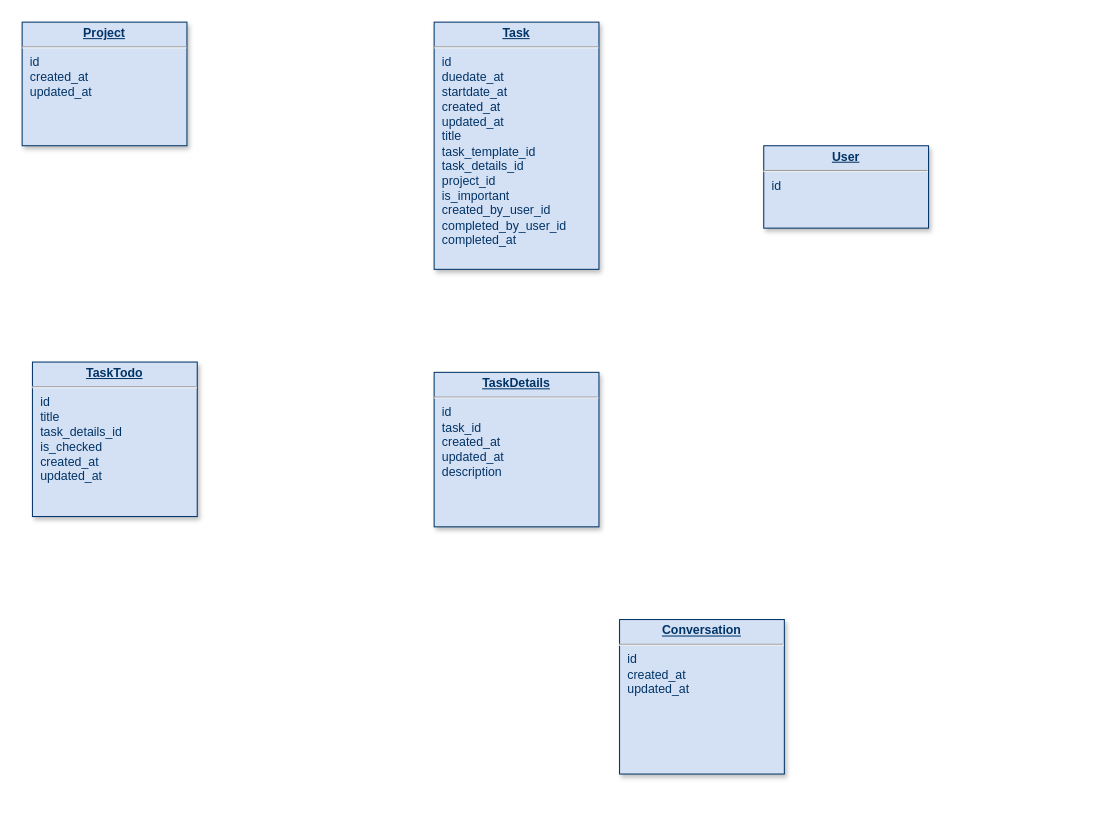
The draw.io diagram tasks.drawio in sanderha/diagrams-repo, before the edit. Source tidied: cells renumbered, new cells numbered last; positions are measured from the earlier drawing's top-left corner, leaving out a move shared by most shapes. Both pictures are drawn from the tidied source at 103%, with x=0, y=0 at pixel (22, 22).
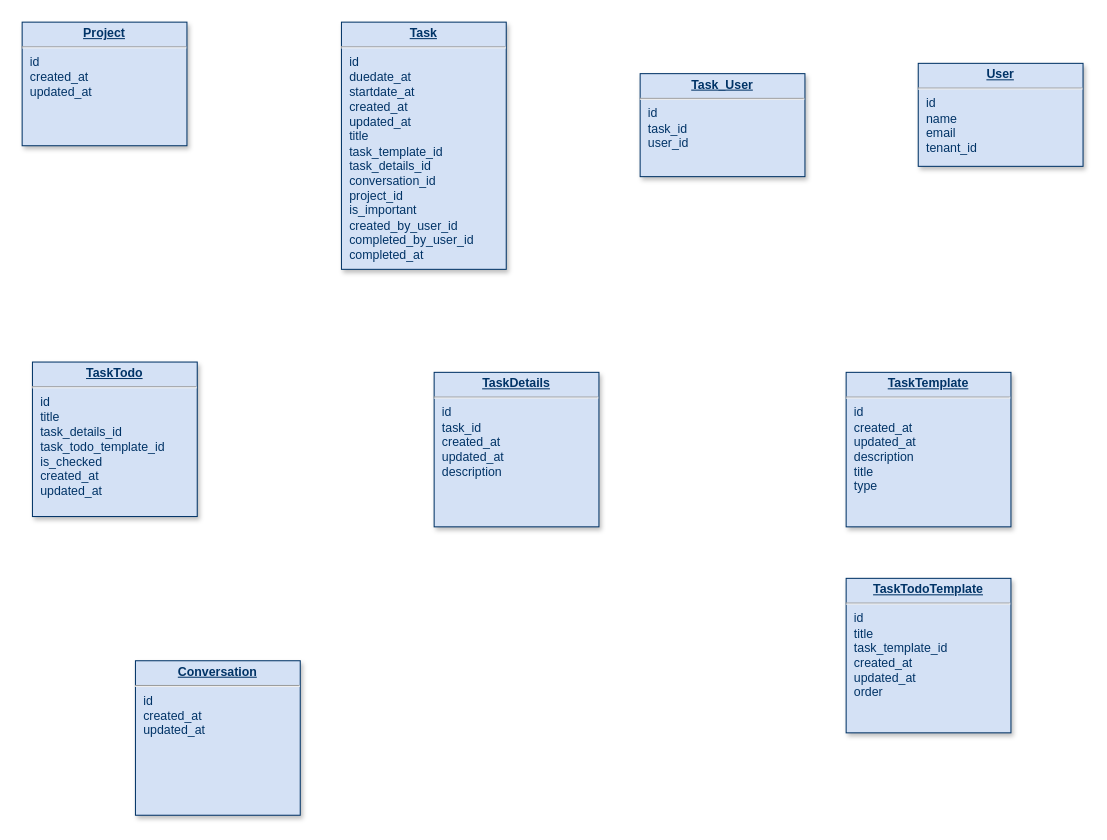
The same diagram, later.

The edit, as a diff of the source:
```diff
@@
 <mxGraphModel>
   <root>
     <mxCell id="0" />
     <mxCell id="1" parent="0" />
-    <mxCell id="2" value="&lt;p style=&quot;margin: 0px ; margin-top: 4px ; text-align: center ; text-decoration: underline&quot;&gt;&lt;strong&gt;User&lt;/strong&gt;&lt;/p&gt;&lt;hr&gt;&lt;p style=&quot;margin: 0px ; margin-left: 8px&quot;&gt;id&lt;/p&gt;" style="verticalAlign=top;align=left;overflow=fill;fontSize=12;fontFamily=Helvetica;html=1;strokeColor=#003366;shadow=1;fillColor=#D4E1F5;fontColor=#003366;" parent="1" vertex="1">
-      <mxGeometry x="720" y="120" width="160" height="80" as="geometry" />
+    <mxCell id="2" value="&lt;p style=&quot;margin: 0px ; margin-top: 4px ; text-align: center ; text-decoration: underline&quot;&gt;&lt;strong&gt;User&lt;/strong&gt;&lt;/p&gt;&lt;hr&gt;&lt;p style=&quot;margin: 0px ; margin-left: 8px&quot;&gt;id&lt;/p&gt;&lt;p style=&quot;margin: 0px ; margin-left: 8px&quot;&gt;name&lt;/p&gt;&lt;p style=&quot;margin: 0px ; margin-left: 8px&quot;&gt;email&lt;/p&gt;&lt;p style=&quot;margin: 0px ; margin-left: 8px&quot;&gt;tenant_id&lt;br&gt;&lt;/p&gt;" style="verticalAlign=top;align=left;overflow=fill;fontSize=12;fontFamily=Helvetica;html=1;strokeColor=#003366;shadow=1;fillColor=#D4E1F5;fontColor=#003366;" parent="1" vertex="1">
+      <mxGeometry x="870" y="40" width="160" height="100" as="geometry" />
     </mxCell>
-    <mxCell id="3" value="&lt;p style=&quot;margin: 0px ; margin-top: 4px ; text-align: center ; text-decoration: underline&quot;&gt;&lt;strong&gt;Task&lt;/strong&gt;&lt;/p&gt;&lt;hr&gt;&lt;p style=&quot;margin: 0px ; margin-left: 8px&quot;&gt;id&lt;/p&gt;&lt;p style=&quot;margin: 0px ; margin-left: 8px&quot;&gt;duedate_at&lt;/p&gt;&lt;p style=&quot;margin: 0px ; margin-left: 8px&quot;&gt;startdate_at&lt;/p&gt;&lt;p style=&quot;margin: 0px ; margin-left: 8px&quot;&gt;created_at&lt;/p&gt;&lt;p style=&quot;margin: 0px ; margin-left: 8px&quot;&gt;updated_at&lt;br&gt;&lt;/p&gt;&lt;p style=&quot;margin: 0px ; margin-left: 8px&quot;&gt;title&lt;/p&gt;&lt;p style=&quot;margin: 0px ; margin-left: 8px&quot;&gt;task_template_id&lt;/p&gt;&lt;p style=&quot;margin: 0px ; margin-left: 8px&quot;&gt;task_details_id&lt;br&gt;&lt;/p&gt;&lt;p style=&quot;margin: 0px ; margin-left: 8px&quot;&gt;project_id&lt;/p&gt;&lt;p style=&quot;margin: 0px ; margin-left: 8px&quot;&gt;is_important&lt;/p&gt;&lt;p style=&quot;margin: 0px ; margin-left: 8px&quot;&gt;created_by_user_id&lt;/p&gt;&lt;p style=&quot;margin: 0px ; margin-left: 8px&quot;&gt;completed_by_user_id&lt;/p&gt;&lt;p style=&quot;margin: 0px ; margin-left: 8px&quot;&gt;completed_at&lt;br&gt;&lt;/p&gt;" style="verticalAlign=top;align=left;overflow=fill;fontSize=12;fontFamily=Helvetica;html=1;strokeColor=#003366;shadow=1;fillColor=#D4E1F5;fontColor=#003366;" parent="1" vertex="1">
-      <mxGeometry x="400" width="160" height="240" as="geometry" />
+    <mxCell id="3" value="&lt;p style=&quot;margin: 0px ; margin-top: 4px ; text-align: center ; text-decoration: underline&quot;&gt;&lt;strong&gt;Task&lt;/strong&gt;&lt;/p&gt;&lt;hr&gt;&lt;p style=&quot;margin: 0px ; margin-left: 8px&quot;&gt;id&lt;/p&gt;&lt;p style=&quot;margin: 0px ; margin-left: 8px&quot;&gt;duedate_at&lt;/p&gt;&lt;p style=&quot;margin: 0px ; margin-left: 8px&quot;&gt;startdate_at&lt;/p&gt;&lt;p style=&quot;margin: 0px ; margin-left: 8px&quot;&gt;created_at&lt;/p&gt;&lt;p style=&quot;margin: 0px ; margin-left: 8px&quot;&gt;updated_at&lt;br&gt;&lt;/p&gt;&lt;p style=&quot;margin: 0px ; margin-left: 8px&quot;&gt;title&lt;/p&gt;&lt;p style=&quot;margin: 0px ; margin-left: 8px&quot;&gt;task_template_id&lt;/p&gt;&lt;p style=&quot;margin: 0px ; margin-left: 8px&quot;&gt;task_details_id&lt;/p&gt;&lt;p style=&quot;margin: 0px ; margin-left: 8px&quot;&gt;conversation_id&lt;br&gt;&lt;/p&gt;&lt;p style=&quot;margin: 0px ; margin-left: 8px&quot;&gt;project_id&lt;/p&gt;&lt;p style=&quot;margin: 0px ; margin-left: 8px&quot;&gt;is_important&lt;/p&gt;&lt;p style=&quot;margin: 0px ; margin-left: 8px&quot;&gt;created_by_user_id&lt;/p&gt;&lt;p style=&quot;margin: 0px ; margin-left: 8px&quot;&gt;completed_by_user_id&lt;/p&gt;&lt;p style=&quot;margin: 0px ; margin-left: 8px&quot;&gt;completed_at&lt;br&gt;&lt;/p&gt;" style="verticalAlign=top;align=left;overflow=fill;fontSize=12;fontFamily=Helvetica;html=1;strokeColor=#003366;shadow=1;fillColor=#D4E1F5;fontColor=#003366;" parent="1" vertex="1">
+      <mxGeometry x="310" width="160" height="240" as="geometry" />
     </mxCell>
     <mxCell id="4" value="&lt;p style=&quot;margin: 0px ; margin-top: 4px ; text-align: center ; text-decoration: underline&quot;&gt;&lt;strong&gt;Project&lt;/strong&gt;&lt;/p&gt;&lt;hr&gt;&lt;p style=&quot;margin: 0px ; margin-left: 8px&quot;&gt;id&lt;/p&gt;&lt;p style=&quot;margin: 0px ; margin-left: 8px&quot;&gt;created_at&lt;/p&gt;&lt;p style=&quot;margin: 0px ; margin-left: 8px&quot;&gt;updated_at&lt;br&gt;&lt;/p&gt;" style="verticalAlign=top;align=left;overflow=fill;fontSize=12;fontFamily=Helvetica;html=1;strokeColor=#003366;shadow=1;fillColor=#D4E1F5;fontColor=#003366;" parent="1" vertex="1">
       <mxGeometry width="160" height="120" as="geometry" />
     </mxCell>
-    <mxCell id="5" value="&lt;p style=&quot;margin: 0px ; margin-top: 4px ; text-align: center ; text-decoration: underline&quot;&gt;&lt;strong&gt;TaskTodo&lt;/strong&gt;&lt;/p&gt;&lt;hr&gt;&lt;p style=&quot;margin: 0px ; margin-left: 8px&quot;&gt;id&lt;/p&gt;&lt;p style=&quot;margin: 0px ; margin-left: 8px&quot;&gt;title&lt;/p&gt;&lt;p style=&quot;margin: 0px ; margin-left: 8px&quot;&gt;task_details_id&lt;/p&gt;&lt;p style=&quot;margin: 0px ; margin-left: 8px&quot;&gt;is_checked&lt;/p&gt;&lt;p style=&quot;margin: 0px ; margin-left: 8px&quot;&gt;created_at&lt;/p&gt;&lt;p style=&quot;margin: 0px ; margin-left: 8px&quot;&gt;updated_at&lt;br&gt;&lt;/p&gt;" style="verticalAlign=top;align=left;overflow=fill;fontSize=12;fontFamily=Helvetica;html=1;strokeColor=#003366;shadow=1;fillColor=#D4E1F5;fontColor=#003366;" parent="1" vertex="1">
+    <mxCell id="5" value="&lt;p style=&quot;margin: 0px ; margin-top: 4px ; text-align: center ; text-decoration: underline&quot;&gt;&lt;strong&gt;TaskTodo&lt;/strong&gt;&lt;/p&gt;&lt;hr&gt;&lt;p style=&quot;margin: 0px ; margin-left: 8px&quot;&gt;id&lt;/p&gt;&lt;p style=&quot;margin: 0px ; margin-left: 8px&quot;&gt;title&lt;/p&gt;&lt;p style=&quot;margin: 0px ; margin-left: 8px&quot;&gt;task_details_id&lt;/p&gt;&lt;p style=&quot;margin: 0px ; margin-left: 8px&quot;&gt;task_todo_template_id&lt;br&gt;&lt;/p&gt;&lt;p style=&quot;margin: 0px ; margin-left: 8px&quot;&gt;is_checked&lt;/p&gt;&lt;p style=&quot;margin: 0px ; margin-left: 8px&quot;&gt;created_at&lt;/p&gt;&lt;p style=&quot;margin: 0px ; margin-left: 8px&quot;&gt;updated_at&lt;br&gt;&lt;/p&gt;" style="verticalAlign=top;align=left;overflow=fill;fontSize=12;fontFamily=Helvetica;html=1;strokeColor=#003366;shadow=1;fillColor=#D4E1F5;fontColor=#003366;" parent="1" vertex="1">
       <mxGeometry x="10" y="330" width="160" height="150" as="geometry" />
     </mxCell>
     <mxCell id="6" value="&lt;p style=&quot;margin: 0px ; margin-top: 4px ; text-align: center ; text-decoration: underline&quot;&gt;&lt;strong&gt;TaskDetails&lt;/strong&gt;&lt;/p&gt;&lt;hr&gt;&lt;p style=&quot;margin: 0px ; margin-left: 8px&quot;&gt;id&lt;/p&gt;&lt;p style=&quot;margin: 0px ; margin-left: 8px&quot;&gt;task_id&lt;/p&gt;&lt;p style=&quot;margin: 0px ; margin-left: 8px&quot;&gt;created_at&lt;/p&gt;&lt;p style=&quot;margin: 0px ; margin-left: 8px&quot;&gt;updated_at&lt;/p&gt;&lt;p style=&quot;margin: 0px ; margin-left: 8px&quot;&gt;description&lt;br&gt;&lt;/p&gt;" style="verticalAlign=top;align=left;overflow=fill;fontSize=12;fontFamily=Helvetica;html=1;strokeColor=#003366;shadow=1;fillColor=#D4E1F5;fontColor=#003366;" parent="1" vertex="1">
       <mxGeometry x="400" y="340" width="160" height="150" as="geometry" />
     </mxCell>
     <mxCell id="7" value="&lt;p style=&quot;margin: 0px ; margin-top: 4px ; text-align: center ; text-decoration: underline&quot;&gt;&lt;strong&gt;Conversation&lt;/strong&gt;&lt;/p&gt;&lt;hr&gt;&lt;p style=&quot;margin: 0px ; margin-left: 8px&quot;&gt;id&lt;/p&gt;&lt;p style=&quot;margin: 0px ; margin-left: 8px&quot;&gt;created_at&lt;/p&gt;&lt;p style=&quot;margin: 0px ; margin-left: 8px&quot;&gt;updated_at&lt;/p&gt;" style="verticalAlign=top;align=left;overflow=fill;fontSize=12;fontFamily=Helvetica;html=1;strokeColor=#003366;shadow=1;fillColor=#D4E1F5;fontColor=#003366;" parent="1" vertex="1">
-      <mxGeometry x="580" y="580" width="160" height="150" as="geometry" />
+      <mxGeometry x="110" y="620" width="160" height="150" as="geometry" />
     </mxCell>
+    <mxCell id="8" value="&lt;p style=&quot;margin: 0px ; margin-top: 4px ; text-align: center ; text-decoration: underline&quot;&gt;&lt;strong&gt;TaskTemplate&lt;br&gt;&lt;/strong&gt;&lt;/p&gt;&lt;hr&gt;&lt;p style=&quot;margin: 0px ; margin-left: 8px&quot;&gt;id&lt;/p&gt;&lt;p style=&quot;margin: 0px ; margin-left: 8px&quot;&gt;created_at&lt;/p&gt;&lt;p style=&quot;margin: 0px ; margin-left: 8px&quot;&gt;updated_at&lt;/p&gt;&lt;p style=&quot;margin: 0px ; margin-left: 8px&quot;&gt;description&lt;/p&gt;&lt;p style=&quot;margin: 0px ; margin-left: 8px&quot;&gt;title&lt;/p&gt;&lt;p style=&quot;margin: 0px ; margin-left: 8px&quot;&gt;type&lt;br&gt;&lt;/p&gt;" style="verticalAlign=top;align=left;overflow=fill;fontSize=12;fontFamily=Helvetica;html=1;strokeColor=#003366;shadow=1;fillColor=#D4E1F5;fontColor=#003366;" parent="1" vertex="1">
+      <mxGeometry x="800" y="340" width="160" height="150" as="geometry" />
+    </mxCell>
+    <mxCell id="9" value="&lt;p style=&quot;margin: 0px ; margin-top: 4px ; text-align: center ; text-decoration: underline&quot;&gt;&lt;strong&gt;TaskTodoTemplate&lt;/strong&gt;&lt;/p&gt;&lt;hr&gt;&lt;p style=&quot;margin: 0px ; margin-left: 8px&quot;&gt;id&lt;/p&gt;&lt;p style=&quot;margin: 0px ; margin-left: 8px&quot;&gt;title&lt;/p&gt;&lt;p style=&quot;margin: 0px ; margin-left: 8px&quot;&gt;task_template_id&lt;/p&gt;&lt;p style=&quot;margin: 0px ; margin-left: 8px&quot;&gt;created_at&lt;/p&gt;&lt;p style=&quot;margin: 0px ; margin-left: 8px&quot;&gt;updated_at&lt;/p&gt;&lt;p style=&quot;margin: 0px ; margin-left: 8px&quot;&gt;order&lt;br&gt;&lt;/p&gt;" style="verticalAlign=top;align=left;overflow=fill;fontSize=12;fontFamily=Helvetica;html=1;strokeColor=#003366;shadow=1;fillColor=#D4E1F5;fontColor=#003366;" parent="1" vertex="1">
+      <mxGeometry x="800" y="540" width="160" height="150" as="geometry" />
+    </mxCell>
+    <mxCell id="10" value="&lt;p style=&quot;margin: 0px ; margin-top: 4px ; text-align: center ; text-decoration: underline&quot;&gt;&lt;strong&gt;Task_User&lt;/strong&gt;&lt;/p&gt;&lt;hr&gt;&lt;p style=&quot;margin: 0px ; margin-left: 8px&quot;&gt;id&lt;/p&gt;&lt;p style=&quot;margin: 0px ; margin-left: 8px&quot;&gt;task_id&lt;/p&gt;&lt;p style=&quot;margin: 0px ; margin-left: 8px&quot;&gt;user_id&lt;br&gt;&lt;/p&gt;&lt;div&gt;&lt;br&gt;&lt;/div&gt;" style="verticalAlign=top;align=left;overflow=fill;fontSize=12;fontFamily=Helvetica;html=1;strokeColor=#003366;shadow=1;fillColor=#D4E1F5;fontColor=#003366;" parent="1" vertex="1">
+      <mxGeometry x="600" y="50" width="160" height="100" as="geometry" />
+    </mxCell>
   </root>
 </mxGraphModel>
```
